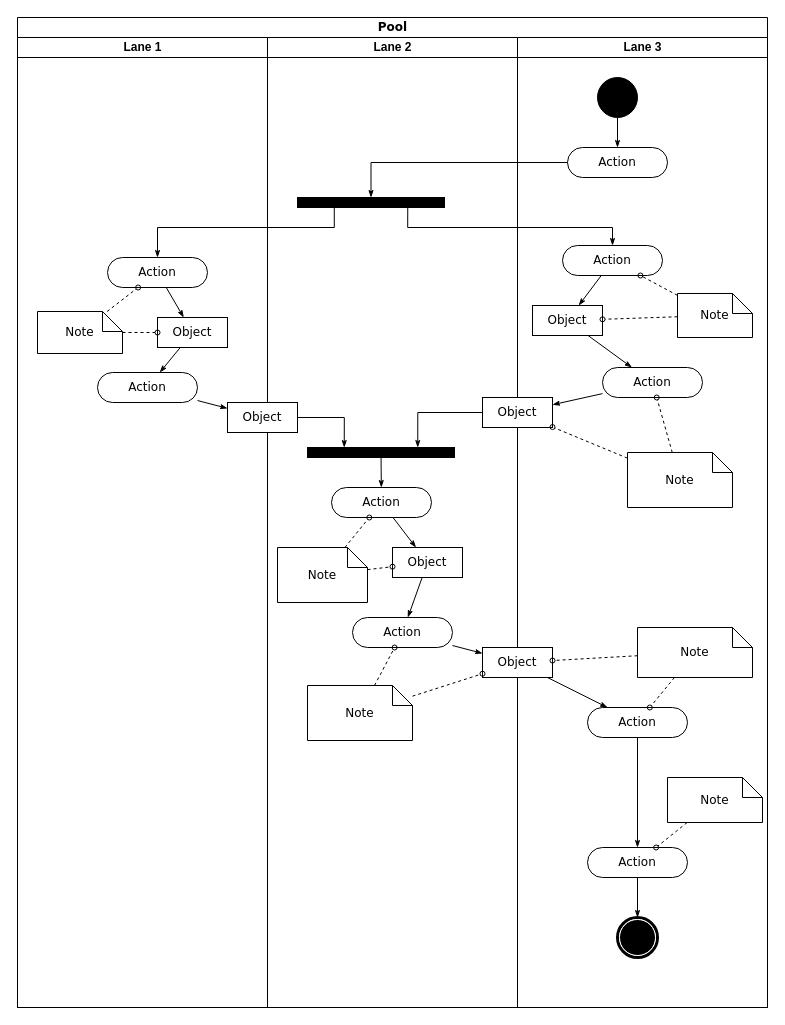
The draw.io diagram Untitled Diagram.drawio in JetMan-007/datasets, before the edit. Source tidied: cells renumbered, new cells numbered last; positions are measured from the earlier drawing's top-left corner, leaving out a move shared by most shapes. Both pictures are drawn from the tidied source at 100%, with x=0, y=0 at pixel (17, 17). Pictures stored in the file or linked from it are replaced by grey dashed boxes.
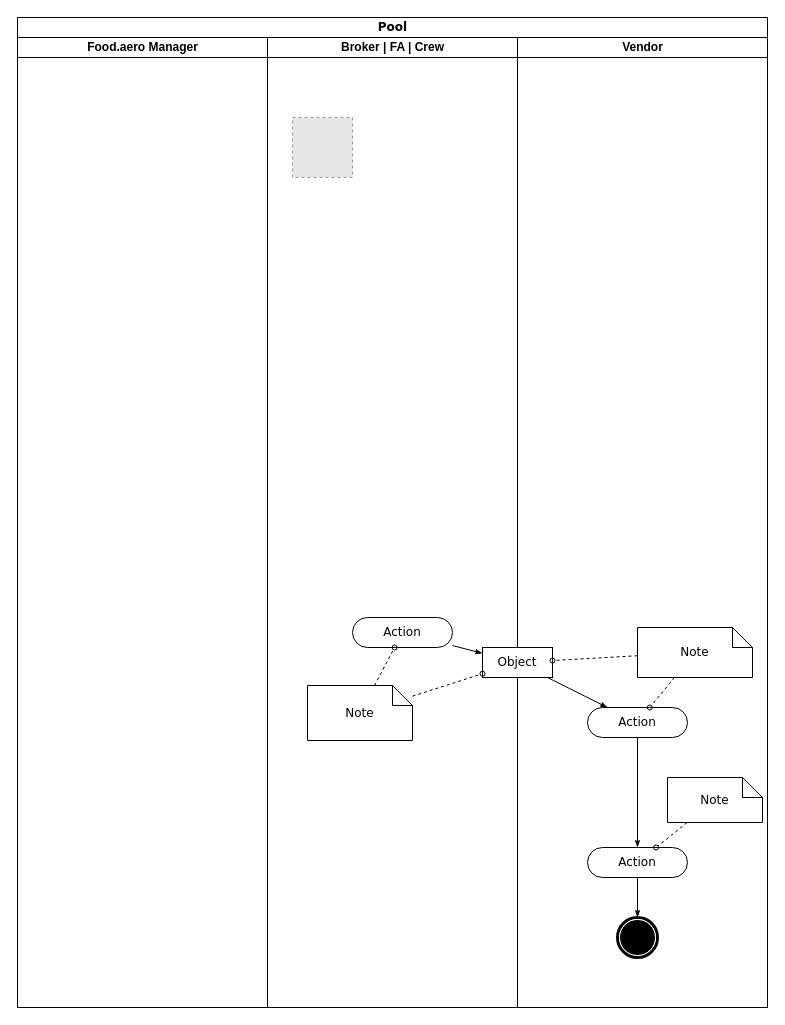
Above is the later version.

Unchanged cells that the change refers to:
```xml
<mxCell id="2" value="Pool" style="swimlane;html=1;startSize=20;rounded=0;shadow=0;comic=0;labelBackgroundColor=none;strokeWidth=1;fontFamily=Verdana;fontSize=12;align=center;" parent="1" vertex="1">
  <mxGeometry width="750" height="990" as="geometry" />
</mxCell>
<mxCell id="22" value="Action" style="rounded=1;whiteSpace=wrap;html=1;shadow=0;comic=0;labelBackgroundColor=none;strokeWidth=1;fontFamily=Verdana;fontSize=12;align=center;arcSize=50;" parent="12" vertex="1">
  <mxGeometry x="85" y="580" width="100" height="30" as="geometry" />
</mxCell>
```

Change to the diagram source:
```diff
@@
-    <mxCell id="3" value="Lane 1" style="swimlane;html=1;startSize=20;" parent="2" vertex="1">
+    <mxCell id="3" value="Food.aero Manager" style="swimlane;html=1;startSize=20;" parent="2" vertex="1">
       <mxGeometry y="20" width="250" height="970" as="geometry" />
     </mxCell>
-    <mxCell id="4" style="edgeStyle=none;rounded=0;html=1;labelBackgroundColor=none;startArrow=none;startFill=0;startSize=5;endArrow=classicThin;endFill=1;endSize=5;jettySize=auto;strokeWidth=1;fontFamily=Verdana;fontSize=12;" parent="3" edge="1" source="5" target="8">
-      <mxGeometry relative="1" as="geometry" />
-    </mxCell>
-    <mxCell id="5" value="Action" style="rounded=1;whiteSpace=wrap;html=1;shadow=0;comic=0;labelBackgroundColor=none;strokeWidth=1;fontFamily=Verdana;fontSize=12;align=center;arcSize=50;" parent="3" vertex="1">
-      <mxGeometry x="90" y="220" width="100" height="30" as="geometry" />
-    </mxCell>
-    <mxCell id="6" value="Action" style="rounded=1;whiteSpace=wrap;html=1;shadow=0;comic=0;labelBackgroundColor=none;strokeWidth=1;fontFamily=Verdana;fontSize=12;align=center;arcSize=50;" parent="3" vertex="1">
-      <mxGeometry x="80" y="335" width="100" height="30" as="geometry" />
-    </mxCell>
-    <mxCell id="7" style="edgeStyle=none;rounded=0;html=1;labelBackgroundColor=none;startArrow=none;startFill=0;startSize=5;endArrow=classicThin;endFill=1;endSize=5;jettySize=auto;strokeWidth=1;fontFamily=Verdana;fontSize=12;" parent="3" edge="1" source="8" target="6">
-      <mxGeometry relative="1" as="geometry" />
-    </mxCell>
-    <mxCell id="8" value="Object" style="rounded=0;whiteSpace=wrap;html=1;shadow=0;comic=0;labelBackgroundColor=none;strokeWidth=1;fontFamily=Verdana;fontSize=12;align=center;arcSize=50;" parent="3" vertex="1">
-      <mxGeometry x="140" y="280" width="70" height="30" as="geometry" />
-    </mxCell>
-    <mxCell id="9" style="edgeStyle=none;rounded=0;html=1;labelBackgroundColor=none;startArrow=none;startFill=0;startSize=5;endArrow=oval;endFill=0;endSize=5;jettySize=auto;strokeWidth=1;fontFamily=Verdana;fontSize=12;dashed=1;" parent="3" edge="1" source="11" target="5">
-      <mxGeometry relative="1" as="geometry" />
-    </mxCell>
-    <mxCell id="10" style="edgeStyle=none;rounded=0;html=1;dashed=1;labelBackgroundColor=none;startArrow=none;startFill=0;startSize=5;endArrow=oval;endFill=0;endSize=5;jettySize=auto;strokeWidth=1;fontFamily=Verdana;fontSize=12;" parent="3" edge="1" source="11" target="8">
-      <mxGeometry relative="1" as="geometry" />
-    </mxCell>
-    <mxCell id="11" value="Note" style="shape=note;whiteSpace=wrap;html=1;rounded=0;shadow=0;comic=0;labelBackgroundColor=none;strokeWidth=1;fontFamily=Verdana;fontSize=12;align=center;size=20;" parent="3" vertex="1">
-      <mxGeometry x="20" y="274" width="85" height="42" as="geometry" />
-    </mxCell>
-    <mxCell id="12" value="Lane 2" style="swimlane;html=1;startSize=20;" parent="2" vertex="1">
+    <mxCell id="12" value="Broker | FA | Crew" style="swimlane;html=1;startSize=20;" parent="2" vertex="1">
       <mxGeometry x="250" y="20" width="250" height="970" as="geometry" />
     </mxCell>
-    <mxCell id="13" style="whiteSpace=wrap;html=1;rounded=0;shadow=0;comic=0;labelBackgroundColor=none;strokeWidth=1;fillColor=#000000;fontFamily=Verdana;fontSize=12;align=center;rotation=0;" parent="12" vertex="1">
-      <mxGeometry x="30" y="160" width="147" height="10" as="geometry" />
-    </mxCell>
-    <mxCell id="14" style="edgeStyle=none;rounded=0;html=1;labelBackgroundColor=none;startArrow=none;startFill=0;startSize=5;endArrow=classicThin;endFill=1;endSize=5;jettySize=auto;strokeWidth=1;fontFamily=Verdana;fontSize=12;" parent="12" edge="1" source="15" target="21">
-      <mxGeometry relative="1" as="geometry" />
-    </mxCell>
-    <mxCell id="15" value="Action" style="rounded=1;whiteSpace=wrap;html=1;shadow=0;comic=0;labelBackgroundColor=none;strokeWidth=1;fontFamily=Verdana;fontSize=12;align=center;arcSize=50;" parent="12" vertex="1">
-      <mxGeometry x="64" y="450" width="100" height="30" as="geometry" />
-    </mxCell>
-    <mxCell id="16" style="edgeStyle=none;rounded=0;html=1;labelBackgroundColor=none;startArrow=none;startFill=0;startSize=5;endArrow=classicThin;endFill=1;endSize=5;jettySize=auto;strokeWidth=1;fontFamily=Verdana;fontSize=12;" parent="12" edge="1" source="17" target="15">
-      <mxGeometry relative="1" as="geometry" />
-    </mxCell>
-    <mxCell id="17" style="whiteSpace=wrap;html=1;rounded=0;shadow=0;comic=0;labelBackgroundColor=none;strokeWidth=1;fillColor=#000000;fontFamily=Verdana;fontSize=12;align=center;rotation=0;" parent="12" vertex="1">
-      <mxGeometry x="40" y="410" width="147" height="10" as="geometry" />
-    </mxCell>
-    <mxCell id="18" style="edgeStyle=orthogonalEdgeStyle;rounded=0;html=1;entryX=0.25;entryY=0;labelBackgroundColor=none;startArrow=none;startFill=0;startSize=5;endArrow=classicThin;endFill=1;endSize=5;jettySize=auto;strokeWidth=1;fontFamily=Verdana;fontSize=12;" parent="12" edge="1" source="19" target="17">
-      <mxGeometry relative="1" as="geometry" />
-    </mxCell>
-    <mxCell id="19" value="Object" style="rounded=0;whiteSpace=wrap;html=1;shadow=0;comic=0;labelBackgroundColor=none;strokeWidth=1;fontFamily=Verdana;fontSize=12;align=center;arcSize=50;" parent="12" vertex="1">
-      <mxGeometry x="-40" y="365" width="70" height="30" as="geometry" />
-    </mxCell>
-    <mxCell id="20" style="edgeStyle=none;rounded=0;html=1;labelBackgroundColor=none;startArrow=none;startFill=0;startSize=5;endArrow=classicThin;endFill=1;endSize=5;jettySize=auto;strokeWidth=1;fontFamily=Verdana;fontSize=12;" parent="12" edge="1" source="21" target="22">
-      <mxGeometry relative="1" as="geometry" />
-    </mxCell>
-    <mxCell id="21" value="Object" style="rounded=0;whiteSpace=wrap;html=1;shadow=0;comic=0;labelBackgroundColor=none;strokeWidth=1;fontFamily=Verdana;fontSize=12;align=center;arcSize=50;" parent="12" vertex="1">
-      <mxGeometry x="125" y="510" width="70" height="30" as="geometry" />
-    </mxCell>
@@
-    <mxCell id="23" style="edgeStyle=none;rounded=0;html=1;dashed=1;labelBackgroundColor=none;startArrow=none;startFill=0;startSize=5;endArrow=oval;endFill=0;endSize=5;jettySize=auto;strokeWidth=1;fontFamily=Verdana;fontSize=12;" parent="12" edge="1" source="25" target="15">
-      <mxGeometry relative="1" as="geometry" />
-    </mxCell>
-    <mxCell id="24" style="edgeStyle=none;rounded=0;html=1;dashed=1;labelBackgroundColor=none;startArrow=none;startFill=0;startSize=5;endArrow=oval;endFill=0;endSize=5;jettySize=auto;strokeWidth=1;fontFamily=Verdana;fontSize=12;" parent="12" edge="1" source="25" target="21">
-      <mxGeometry relative="1" as="geometry" />
-    </mxCell>
-    <mxCell id="25" value="Note" style="shape=note;whiteSpace=wrap;html=1;rounded=0;shadow=0;comic=0;labelBackgroundColor=none;strokeWidth=1;fontFamily=Verdana;fontSize=12;align=center;size=20;" parent="12" vertex="1">
-      <mxGeometry x="10" y="510" width="90" height="55" as="geometry" />
-    </mxCell>
@@
+    <mxCell id="64" style="fillColor=#E6E6E6;strokeColor=#999999;dashed=1;html=1;verticalAlign=top;verticalLabelPosition=bottom;labelBackgroundColor=#ffffff;" parent="12" vertex="1">
+      <mxGeometry x="25" y="80" width="60" height="60" as="geometry" />
+    </mxCell>
-    <mxCell id="28" value="Lane 3" style="swimlane;html=1;startSize=20;" parent="2" vertex="1">
+    <mxCell id="28" value="Vendor" style="swimlane;html=1;startSize=20;" parent="2" vertex="1">
       <mxGeometry x="500" y="20" width="250" height="970" as="geometry" />
     </mxCell>
-    <mxCell id="29" style="edgeStyle=orthogonalEdgeStyle;rounded=0;html=1;labelBackgroundColor=none;startArrow=none;startFill=0;startSize=5;endArrow=classicThin;endFill=1;endSize=5;jettySize=auto;strokeWidth=1;fontFamily=Verdana;fontSize=12;" parent="28" edge="1" source="30" target="31">
-      <mxGeometry relative="1" as="geometry" />
-    </mxCell>
-    <mxCell id="30" style="ellipse;whiteSpace=wrap;html=1;rounded=0;shadow=0;comic=0;labelBackgroundColor=none;strokeWidth=1;fillColor=#000000;fontFamily=Verdana;fontSize=12;align=center;" parent="28" vertex="1">
-      <mxGeometry x="80" y="40" width="40" height="40" as="geometry" />
-    </mxCell>
-    <mxCell id="31" value="Action" style="rounded=1;whiteSpace=wrap;html=1;shadow=0;comic=0;labelBackgroundColor=none;strokeWidth=1;fontFamily=Verdana;fontSize=12;align=center;arcSize=50;" parent="28" vertex="1">
-      <mxGeometry x="50" y="110" width="100" height="30" as="geometry" />
-    </mxCell>
-    <mxCell id="32" style="rounded=0;html=1;labelBackgroundColor=none;startArrow=none;startFill=0;startSize=5;endArrow=classicThin;endFill=1;endSize=5;jettySize=auto;strokeWidth=1;fontFamily=Verdana;fontSize=12;" parent="28" edge="1" source="33" target="37">
-      <mxGeometry relative="1" as="geometry" />
-    </mxCell>
-    <mxCell id="33" value="Action" style="rounded=1;whiteSpace=wrap;html=1;shadow=0;comic=0;labelBackgroundColor=none;strokeWidth=1;fontFamily=Verdana;fontSize=12;align=center;arcSize=50;" parent="28" vertex="1">
-      <mxGeometry x="45" y="208" width="100" height="30" as="geometry" />
-    </mxCell>
-    <mxCell id="34" style="edgeStyle=none;rounded=0;html=1;labelBackgroundColor=none;startArrow=none;startFill=0;startSize=5;endArrow=classicThin;endFill=1;endSize=5;jettySize=auto;strokeWidth=1;fontFamily=Verdana;fontSize=12;" parent="28" edge="1" source="35" target="38">
-      <mxGeometry relative="1" as="geometry" />
-    </mxCell>
-    <mxCell id="35" value="Action" style="rounded=1;whiteSpace=wrap;html=1;shadow=0;comic=0;labelBackgroundColor=none;strokeWidth=1;fontFamily=Verdana;fontSize=12;align=center;arcSize=50;" parent="28" vertex="1">
-      <mxGeometry x="85" y="330" width="100" height="30" as="geometry" />
-    </mxCell>
-    <mxCell id="36" style="edgeStyle=none;rounded=0;html=1;labelBackgroundColor=none;startArrow=none;startFill=0;startSize=5;endArrow=classicThin;endFill=1;endSize=5;jettySize=auto;strokeWidth=1;fontFamily=Verdana;fontSize=12;" parent="28" edge="1" source="37" target="35">
-      <mxGeometry relative="1" as="geometry" />
-    </mxCell>
-    <mxCell id="37" value="Object" style="rounded=0;whiteSpace=wrap;html=1;shadow=0;comic=0;labelBackgroundColor=none;strokeWidth=1;fontFamily=Verdana;fontSize=12;align=center;arcSize=50;" parent="28" vertex="1">
-      <mxGeometry x="15" y="268" width="70" height="30" as="geometry" />
-    </mxCell>
-    <mxCell id="38" value="Object" style="rounded=0;whiteSpace=wrap;html=1;shadow=0;comic=0;labelBackgroundColor=none;strokeWidth=1;fontFamily=Verdana;fontSize=12;align=center;arcSize=50;" parent="28" vertex="1">
-      <mxGeometry x="-35" y="360" width="70" height="30" as="geometry" />
-    </mxCell>
@@
-    <mxCell id="46" style="edgeStyle=none;rounded=0;html=1;dashed=1;labelBackgroundColor=none;startArrow=none;startFill=0;startSize=5;endArrow=oval;endFill=0;endSize=5;jettySize=auto;strokeWidth=1;fontFamily=Verdana;fontSize=12;" parent="28" edge="1" source="48" target="33">
-      <mxGeometry relative="1" as="geometry" />
-    </mxCell>
-    <mxCell id="47" style="edgeStyle=none;rounded=0;html=1;dashed=1;labelBackgroundColor=none;startArrow=none;startFill=0;startSize=5;endArrow=oval;endFill=0;endSize=5;jettySize=auto;strokeWidth=1;fontFamily=Verdana;fontSize=12;" parent="28" edge="1" source="48" target="37">
-      <mxGeometry relative="1" as="geometry" />
-    </mxCell>
-    <mxCell id="48" value="Note" style="shape=note;whiteSpace=wrap;html=1;rounded=0;shadow=0;comic=0;labelBackgroundColor=none;strokeWidth=1;fontFamily=Verdana;fontSize=12;align=center;size=20;" parent="28" vertex="1">
-      <mxGeometry x="160" y="256" width="75" height="44" as="geometry" />
-    </mxCell>
-    <mxCell id="49" style="edgeStyle=none;rounded=0;html=1;dashed=1;labelBackgroundColor=none;startArrow=none;startFill=0;startSize=5;endArrow=oval;endFill=0;endSize=5;jettySize=auto;strokeWidth=1;fontFamily=Verdana;fontSize=12;" parent="28" edge="1" source="51" target="35">
-      <mxGeometry relative="1" as="geometry" />
-    </mxCell>
-    <mxCell id="50" style="edgeStyle=none;rounded=0;html=1;dashed=1;labelBackgroundColor=none;startArrow=none;startFill=0;startSize=5;endArrow=oval;endFill=0;endSize=5;jettySize=auto;strokeWidth=1;fontFamily=Verdana;fontSize=12;" parent="28" edge="1" source="51" target="38">
-      <mxGeometry relative="1" as="geometry" />
-    </mxCell>
-    <mxCell id="51" value="Note" style="shape=note;whiteSpace=wrap;html=1;rounded=0;shadow=0;comic=0;labelBackgroundColor=none;strokeWidth=1;fontFamily=Verdana;fontSize=12;align=center;size=20;" parent="28" vertex="1">
-      <mxGeometry x="110" y="415" width="105" height="55" as="geometry" />
-    </mxCell>
@@
-    <mxCell id="57" style="edgeStyle=orthogonalEdgeStyle;rounded=0;html=1;entryX=0.5;entryY=0;labelBackgroundColor=none;startArrow=none;startFill=0;startSize=5;endArrow=classicThin;endFill=1;endSize=5;jettySize=auto;strokeWidth=1;fontFamily=Verdana;fontSize=12;" parent="2" edge="1" source="31" target="13">
-      <mxGeometry relative="1" as="geometry">
-        <Array as="points">
-          <mxPoint x="354" y="145" />
-        </Array>
-      </mxGeometry>
-    </mxCell>
-    <mxCell id="58" style="edgeStyle=orthogonalEdgeStyle;rounded=0;html=1;exitX=0.75;exitY=1;labelBackgroundColor=none;startArrow=none;startFill=0;startSize=5;endArrow=classicThin;endFill=1;endSize=5;jettySize=auto;strokeWidth=1;fontFamily=Verdana;fontSize=12;" parent="2" edge="1" source="13" target="33">
-      <mxGeometry relative="1" as="geometry">
-        <Array as="points">
-          <mxPoint x="390" y="210" />
-          <mxPoint x="595" y="210" />
-        </Array>
-      </mxGeometry>
-    </mxCell>
-    <mxCell id="59" style="edgeStyle=orthogonalEdgeStyle;rounded=0;html=1;exitX=0.25;exitY=1;entryX=0.5;entryY=0;labelBackgroundColor=none;startArrow=none;startFill=0;startSize=5;endArrow=classicThin;endFill=1;endSize=5;jettySize=auto;strokeWidth=1;fontFamily=Verdana;fontSize=12;" parent="2" edge="1" source="13" target="5">
-      <mxGeometry relative="1" as="geometry">
-        <Array as="points">
-          <mxPoint x="317" y="210" />
-          <mxPoint x="140" y="210" />
-        </Array>
-      </mxGeometry>
-    </mxCell>
-    <mxCell id="60" style="edgeStyle=orthogonalEdgeStyle;rounded=0;html=1;entryX=0.75;entryY=0;labelBackgroundColor=none;startArrow=none;startFill=0;startSize=5;endArrow=classicThin;endFill=1;endSize=5;jettySize=auto;strokeWidth=1;fontFamily=Verdana;fontSize=12;" parent="2" edge="1" source="38" target="17">
-      <mxGeometry relative="1" as="geometry" />
-    </mxCell>
-    <mxCell id="61" style="edgeStyle=none;rounded=0;html=1;labelBackgroundColor=none;startArrow=none;startFill=0;startSize=5;endArrow=classicThin;endFill=1;endSize=5;jettySize=auto;strokeWidth=1;fontFamily=Verdana;fontSize=12;" parent="2" edge="1" source="6" target="19">
-      <mxGeometry relative="1" as="geometry" />
-    </mxCell>
```
